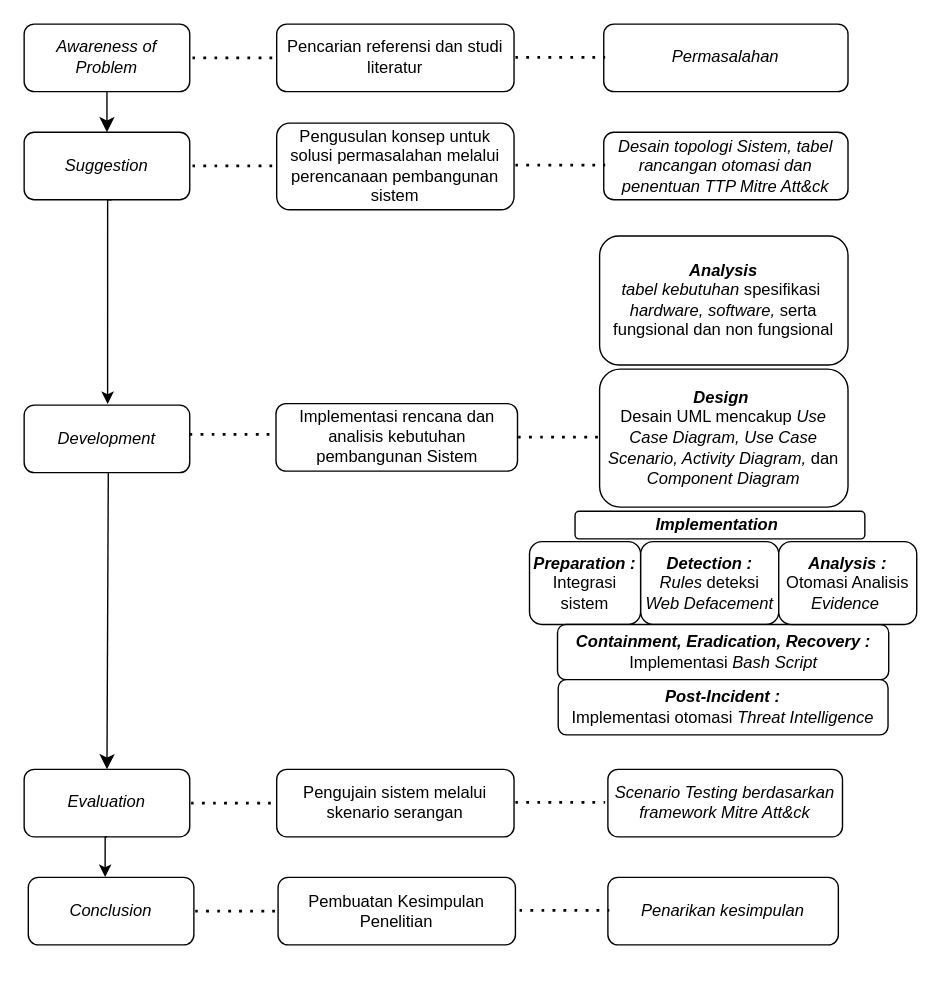
Earlier version of the draw.io diagram page "Halaman-2" (2 of 3) of Diagram Tanpa Judul.drawio (DzidanIsh/Tugas-Akhir). Source tidied: cells renumbered, new cells numbered last; positions are measured from the earlier drawing's top-left corner, leaving out a move shared by most shapes. Both pictures are drawn from the tidied source at 138%, with x=0, y=0 at pixel (23, 23).
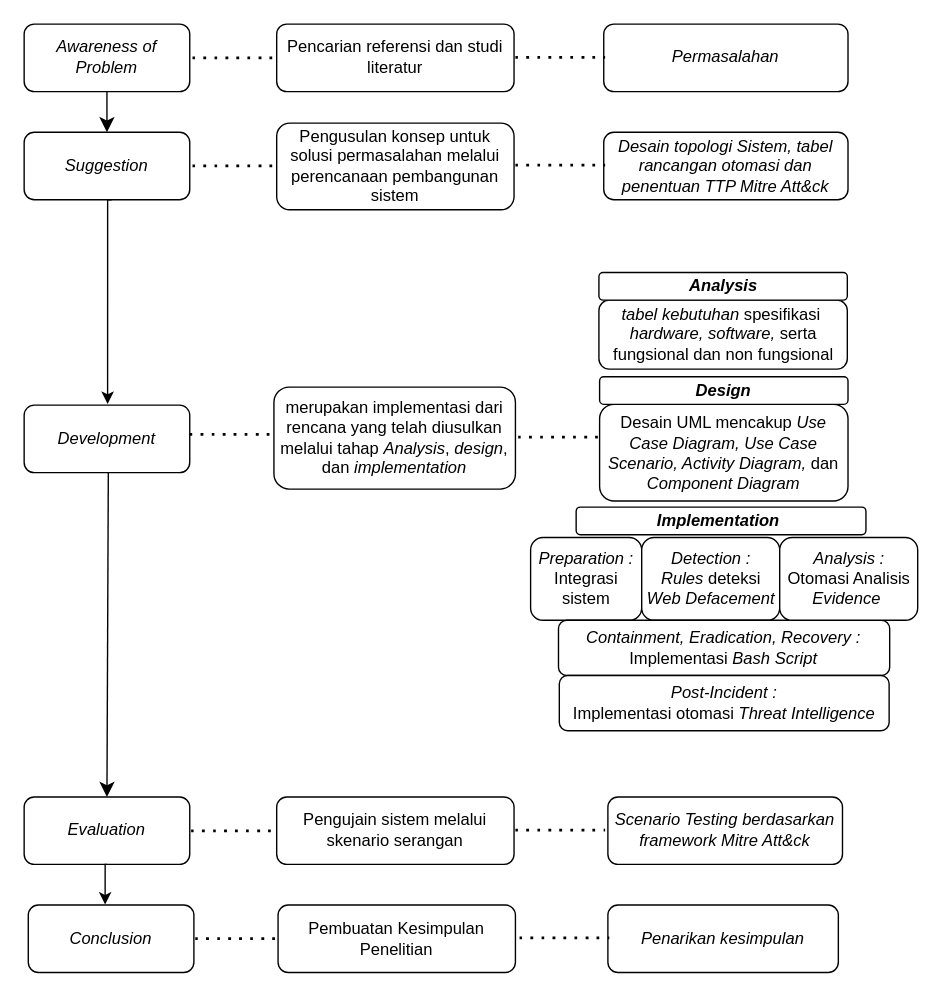
The same diagram, later.

Diff of the diagram source:
```diff
@@
     <mxCell id="8" value="&lt;i&gt;Evaluation&lt;/i&gt;" style="rounded=1;whiteSpace=wrap;html=1;" parent="1" vertex="1">
-      <mxGeometry y="540" width="120" height="48.9" as="geometry" />
+      <mxGeometry y="560" width="120" height="48.9" as="geometry" />
     </mxCell>
     <mxCell id="9" value="&lt;i&gt;Conclusion&lt;/i&gt;" style="rounded=1;whiteSpace=wrap;html=1;" parent="1" vertex="1">
-      <mxGeometry x="3" y="618.3" width="120" height="48.9" as="geometry" />
+      <mxGeometry x="3" y="638.3" width="120" height="48.9" as="geometry" />
     </mxCell>
@@
-    <mxCell id="15" value="Implementasi rencana dan analisis kebutuhan pembangunan Sistem" style="rounded=1;whiteSpace=wrap;html=1;" parent="1" vertex="1">
-      <mxGeometry x="182.5" y="275" width="175" height="48.9" as="geometry" />
+    <mxCell id="15" value="&lt;font face=&quot;Helvetica&quot; style=&quot;font-size: 12px;&quot;&gt;&lt;span style=&quot;line-height: 115%;&quot;&gt;merupakan implementasi dari rencana yang telah diusulkan melalui tahap&amp;nbsp;&lt;/span&gt;&lt;i style=&quot;&quot;&gt;&lt;span style=&quot;line-height: 115%;&quot;&gt;Analysis&lt;/span&gt;&lt;/i&gt;&lt;span style=&quot;line-height: 115%;&quot;&gt;, &lt;i style=&quot;&quot;&gt;design&lt;/i&gt;, dan &lt;i style=&quot;&quot;&gt;implementation&lt;/i&gt;&lt;/span&gt;&lt;/font&gt;" style="rounded=1;whiteSpace=wrap;html=1;" parent="1" vertex="1">
+      <mxGeometry x="181" y="263" width="175" height="73.9" as="geometry" />
     </mxCell>
     <mxCell id="16" style="endArrow=none;dashed=1;html=1;dashPattern=1 3;strokeWidth=2;rounded=1;fontSize=12;startSize=8;endSize=8;curved=1;entryX=0;entryY=0.5;entryDx=0;entryDy=0;" parent="1" edge="1">
       <mxGeometry relative="1" as="geometry">
-        <mxPoint x="121" y="564.5" as="sourcePoint" />
-        <mxPoint x="186" y="564.5" as="targetPoint" />
+        <mxPoint x="121" y="584.5" as="sourcePoint" />
+        <mxPoint x="186" y="584.5" as="targetPoint" />
       </mxGeometry>
     </mxCell>
     <mxCell id="17" value="Pengujain sistem melalui skenario serangan" style="rounded=1;whiteSpace=wrap;html=1;" parent="1" vertex="1">
-      <mxGeometry x="183" y="540" width="172" height="48.9" as="geometry" />
+      <mxGeometry x="183" y="560" width="172" height="48.9" as="geometry" />
     </mxCell>
     <mxCell id="18" style="endArrow=none;dashed=1;html=1;dashPattern=1 3;strokeWidth=2;rounded=1;fontSize=12;startSize=8;endSize=8;curved=1;entryX=0;entryY=0.5;entryDx=0;entryDy=0;" parent="1" edge="1">
       <mxGeometry relative="1" as="geometry">
-        <mxPoint x="124" y="642.7" as="sourcePoint" />
-        <mxPoint x="189" y="642.7" as="targetPoint" />
+        <mxPoint x="124" y="662.7" as="sourcePoint" />
+        <mxPoint x="189" y="662.7" as="targetPoint" />
       </mxGeometry>
     </mxCell>
     <mxCell id="19" value="Pembuatan Kesimpulan Penelitian" style="rounded=1;whiteSpace=wrap;html=1;" parent="1" vertex="1">
-      <mxGeometry x="184" y="618.3" width="172" height="48.9" as="geometry" />
+      <mxGeometry x="184" y="638.3" width="172" height="48.9" as="geometry" />
     </mxCell>
@@
-    <mxCell id="22" value="&lt;div&gt;&lt;i&gt;&lt;b&gt;Analysis&lt;/b&gt;&lt;/i&gt;&lt;/div&gt;&lt;div&gt;&lt;i style=&quot;background-color: transparent; color: light-dark(rgb(0, 0, 0), rgb(255, 255, 255));&quot;&gt;tabel kebutuhan &lt;/i&gt;&lt;span style=&quot;background-color: transparent; color: light-dark(rgb(0, 0, 0), rgb(255, 255, 255));&quot;&gt;spesifikasi&amp;nbsp;&lt;/span&gt;&lt;/div&gt;&lt;div&gt;&lt;font style=&quot;font-size: 12px;&quot;&gt;&lt;i style=&quot;background-color: transparent; color: light-dark(rgb(0, 0, 0), rgb(255, 255, 255));&quot;&gt;hardware,&lt;/i&gt;&lt;span style=&quot;background-color: transparent; color: light-dark(rgb(0, 0, 0), rgb(255, 255, 255));&quot;&gt;&amp;nbsp;&lt;/span&gt;&lt;i style=&quot;background-color: transparent; color: light-dark(rgb(0, 0, 0), rgb(255, 255, 255));&quot;&gt;software, &lt;/i&gt;&lt;span style=&quot;background-color: transparent; color: light-dark(rgb(0, 0, 0), rgb(255, 255, 255));&quot;&gt;serta&lt;/span&gt;&lt;i style=&quot;background-color: transparent; color: light-dark(rgb(0, 0, 0), rgb(255, 255, 255));&quot;&gt; &lt;/i&gt;&lt;span style=&quot;background-color: transparent; color: light-dark(rgb(0, 0, 0), rgb(255, 255, 255));&quot;&gt;fungsional dan non fungsional&lt;/span&gt;&lt;/font&gt;&lt;i style=&quot;background-color: transparent; color: light-dark(rgb(0, 0, 0), rgb(255, 255, 255));&quot;&gt;&lt;br&gt;&lt;/i&gt;&lt;/div&gt;" style="rounded=1;whiteSpace=wrap;html=1;" parent="1" vertex="1">
-      <mxGeometry x="417" y="153.5" width="180" height="93.5" as="geometry" />
+    <mxCell id="22" value="&lt;div&gt;&lt;i style=&quot;background-color: transparent; color: light-dark(rgb(0, 0, 0), rgb(255, 255, 255));&quot;&gt;tabel kebutuhan &lt;/i&gt;&lt;span style=&quot;background-color: transparent; color: light-dark(rgb(0, 0, 0), rgb(255, 255, 255));&quot;&gt;spesifikasi&amp;nbsp;&lt;/span&gt;&lt;/div&gt;&lt;div&gt;&lt;font style=&quot;font-size: 12px;&quot;&gt;&lt;i style=&quot;background-color: transparent; color: light-dark(rgb(0, 0, 0), rgb(255, 255, 255));&quot;&gt;hardware,&lt;/i&gt;&lt;span style=&quot;background-color: transparent; color: light-dark(rgb(0, 0, 0), rgb(255, 255, 255));&quot;&gt;&amp;nbsp;&lt;/span&gt;&lt;i style=&quot;background-color: transparent; color: light-dark(rgb(0, 0, 0), rgb(255, 255, 255));&quot;&gt;software, &lt;/i&gt;&lt;span style=&quot;background-color: transparent; color: light-dark(rgb(0, 0, 0), rgb(255, 255, 255));&quot;&gt;serta&lt;/span&gt;&lt;i style=&quot;background-color: transparent; color: light-dark(rgb(0, 0, 0), rgb(255, 255, 255));&quot;&gt; &lt;/i&gt;&lt;span style=&quot;background-color: transparent; color: light-dark(rgb(0, 0, 0), rgb(255, 255, 255));&quot;&gt;fungsional dan non fungsional&lt;/span&gt;&lt;/font&gt;&lt;i style=&quot;background-color: transparent; color: light-dark(rgb(0, 0, 0), rgb(255, 255, 255));&quot;&gt;&lt;br&gt;&lt;/i&gt;&lt;/div&gt;" style="rounded=1;whiteSpace=wrap;html=1;" parent="1" vertex="1">
+      <mxGeometry x="416.5" y="200" width="180" height="50" as="geometry" />
     </mxCell>
     <mxCell id="23" value="&lt;div&gt;&lt;i&gt;Scenario Testing berdasarkan framework Mitre Att&amp;amp;ck&lt;/i&gt;&lt;/div&gt;" style="rounded=1;whiteSpace=wrap;html=1;" parent="1" vertex="1">
-      <mxGeometry x="423" y="540" width="170" height="48.9" as="geometry" />
+      <mxGeometry x="423" y="560" width="170" height="48.9" as="geometry" />
     </mxCell>
     <mxCell id="24" value="&lt;i&gt;Penarikan kesimpulan&lt;/i&gt;" style="rounded=1;whiteSpace=wrap;html=1;" parent="1" vertex="1">
-      <mxGeometry x="423" y="618.3" width="167" height="48.9" as="geometry" />
+      <mxGeometry x="423" y="638.3" width="167" height="48.9" as="geometry" />
     </mxCell>
@@
     <mxCell id="28" style="endArrow=none;dashed=1;html=1;dashPattern=1 3;strokeWidth=2;rounded=1;fontSize=12;startSize=8;endSize=8;curved=1;entryX=0;entryY=0.5;entryDx=0;entryDy=0;" parent="1" edge="1">
       <mxGeometry relative="1" as="geometry">
-        <mxPoint x="356" y="564" as="sourcePoint" />
-        <mxPoint x="421" y="564" as="targetPoint" />
+        <mxPoint x="356" y="584" as="sourcePoint" />
+        <mxPoint x="421" y="584" as="targetPoint" />
       </mxGeometry>
     </mxCell>
     <mxCell id="29" style="endArrow=none;dashed=1;html=1;dashPattern=1 3;strokeWidth=2;rounded=1;fontSize=12;startSize=8;endSize=8;curved=1;entryX=0;entryY=0.5;entryDx=0;entryDy=0;" parent="1" edge="1">
       <mxGeometry relative="1" as="geometry">
-        <mxPoint x="359" y="642.2" as="sourcePoint" />
-        <mxPoint x="424" y="642.2" as="targetPoint" />
+        <mxPoint x="359" y="662.2" as="sourcePoint" />
+        <mxPoint x="424" y="662.2" as="targetPoint" />
       </mxGeometry>
     </mxCell>
+    <mxCell id="31" value="&lt;div&gt;&lt;font style=&quot;font-size: 12px;&quot;&gt;&lt;span style=&quot;line-height: 115%;&quot;&gt;Desain UML mencakup &lt;i style=&quot;&quot;&gt;Use Case Diagram, Use Case Scenario, Activity Diagram,&lt;/i&gt; dan &lt;i style=&quot;&quot;&gt;Component Diagram&lt;/i&gt;&lt;/span&gt;&lt;/font&gt;&lt;i style=&quot;background-color: transparent; color: light-dark(rgb(0, 0, 0), rgb(255, 255, 255));&quot;&gt;&lt;b&gt;&lt;br&gt;&lt;/b&gt;&lt;/i&gt;&lt;/div&gt;" style="rounded=1;whiteSpace=wrap;html=1;" parent="1" vertex="1">
+      <mxGeometry x="417" y="275.5" width="180" height="70" as="geometry" />
+    </mxCell>
+    <mxCell id="37" style="edgeStyle=orthogonalEdgeStyle;rounded=0;jettySize=auto;html=1;exitX=0.5;exitY=1;exitDx=0;exitDy=0;entryX=0.464;entryY=-0.007;entryDx=0;entryDy=0;entryPerimeter=0;" parent="1" edge="1" source="8" target="9">
+      <mxGeometry relative="1" as="geometry" />
+    </mxCell>
+    <mxCell id="38" style="group;" parent="1" vertex="1">
+      <mxGeometry x="367" y="350" width="280.5" height="162" as="geometry" />
+    </mxCell>
-    <mxCell id="30" value="&lt;div&gt;&lt;i style=&quot;background-color: transparent; color: light-dark(rgb(0, 0, 0), rgb(255, 255, 255));&quot;&gt;&lt;b&gt;Implementation&amp;nbsp;&lt;/b&gt;&lt;/i&gt;&lt;/div&gt;" style="rounded=1;whiteSpace=wrap;html=1;" parent="1" vertex="1">
-      <mxGeometry x="399.2" y="353" width="210" height="20" as="geometry" />
+    <mxCell id="30" value="&lt;div&gt;&lt;i style=&quot;background-color: transparent; color: light-dark(rgb(0, 0, 0), rgb(255, 255, 255));&quot;&gt;&lt;b&gt;Implementation&amp;nbsp;&lt;/b&gt;&lt;/i&gt;&lt;/div&gt;" style="rounded=1;whiteSpace=wrap;html=1;" parent="38" vertex="1">
+      <mxGeometry x="33" width="210" height="20" as="geometry" />
     </mxCell>
-    <mxCell id="31" value="&lt;font style=&quot;font-size: 12px;&quot;&gt;&lt;i style=&quot;background-color: transparent; color: light-dark(rgb(0, 0, 0), rgb(255, 255, 255));&quot;&gt;&lt;b&gt;Design&amp;nbsp;&lt;/b&gt;&lt;/i&gt;&lt;/font&gt;&lt;div&gt;&lt;font style=&quot;font-size: 12px;&quot;&gt;&lt;span style=&quot;line-height: 115%;&quot;&gt;Desain UML mencakup &lt;i style=&quot;&quot;&gt;Use Case Diagram, Use Case Scenario, Activity Diagram,&lt;/i&gt; dan &lt;i style=&quot;&quot;&gt;Component Diagram&lt;/i&gt;&lt;/span&gt;&lt;/font&gt;&lt;i style=&quot;background-color: transparent; color: light-dark(rgb(0, 0, 0), rgb(255, 255, 255));&quot;&gt;&lt;b&gt;&lt;br&gt;&lt;/b&gt;&lt;/i&gt;&lt;/div&gt;" style="rounded=1;whiteSpace=wrap;html=1;" parent="1" vertex="1">
-      <mxGeometry x="417" y="250" width="180" height="100" as="geometry" />
-    </mxCell>
-    <mxCell id="32" value="&lt;div&gt;&lt;i style=&quot;background-color: transparent; color: light-dark(rgb(0, 0, 0), rgb(255, 255, 255));&quot;&gt;&lt;b&gt;Preparation :&lt;/b&gt;&lt;/i&gt;&lt;/div&gt;&lt;div&gt;&lt;span style=&quot;background-color: transparent;&quot;&gt;Integrasi sistem&lt;/span&gt;&lt;/div&gt;" style="rounded=1;whiteSpace=wrap;html=1;" parent="1" vertex="1">
-      <mxGeometry x="366.2" y="375" width="80.5" height="60" as="geometry" />
+    <mxCell id="32" value="&lt;div&gt;&lt;i style=&quot;background-color: transparent; color: light-dark(rgb(0, 0, 0), rgb(255, 255, 255));&quot;&gt;Preparation :&lt;/i&gt;&lt;/div&gt;&lt;div&gt;&lt;span style=&quot;background-color: transparent;&quot;&gt;Integrasi sistem&lt;/span&gt;&lt;/div&gt;" style="rounded=1;whiteSpace=wrap;html=1;" parent="38" vertex="1">
+      <mxGeometry y="22" width="80.5" height="60" as="geometry" />
     </mxCell>
-    <mxCell id="33" value="&lt;div&gt;&lt;b&gt;&lt;span style=&quot;background-color: transparent;&quot;&gt;&lt;i&gt;Detection&amp;nbsp;&lt;/i&gt;&lt;/span&gt;&lt;i style=&quot;background-color: transparent; color: light-dark(rgb(0, 0, 0), rgb(255, 255, 255));&quot;&gt;:&lt;/i&gt;&lt;/b&gt;&lt;/div&gt;&lt;div&gt;&lt;i&gt;Rules &lt;/i&gt;deteksi &lt;i&gt;Web Defacement&lt;/i&gt;&lt;/div&gt;" style="rounded=1;whiteSpace=wrap;html=1;" parent="1" vertex="1">
-      <mxGeometry x="446.8" y="375" width="100" height="60" as="geometry" />
+    <mxCell id="33" value="&lt;div&gt;&lt;span style=&quot;background-color: transparent;&quot;&gt;&lt;i style=&quot;&quot;&gt;Detection&amp;nbsp;&lt;/i&gt;&lt;/span&gt;&lt;i style=&quot;background-color: transparent; color: light-dark(rgb(0, 0, 0), rgb(255, 255, 255));&quot;&gt;:&lt;/i&gt;&lt;/div&gt;&lt;div&gt;&lt;i&gt;Rules &lt;/i&gt;deteksi &lt;i&gt;Web Defacement&lt;/i&gt;&lt;/div&gt;" style="rounded=1;whiteSpace=wrap;html=1;" parent="38" vertex="1">
+      <mxGeometry x="80.5" y="22" width="100" height="60" as="geometry" />
     </mxCell>
-    <mxCell id="34" value="&lt;div&gt;&lt;b&gt;&lt;span style=&quot;background-color: transparent;&quot;&gt;&lt;i&gt;Containment, Eradication, Recovery&lt;/i&gt;&lt;/span&gt;&lt;span style=&quot;background-color: transparent;&quot;&gt;&lt;i&gt;&amp;nbsp;&lt;/i&gt;&lt;/span&gt;&lt;i style=&quot;background-color: transparent; color: light-dark(rgb(0, 0, 0), rgb(255, 255, 255));&quot;&gt;:&lt;/i&gt;&lt;/b&gt;&lt;/div&gt;&lt;div&gt;Implementasi &lt;i&gt;Bash Script&lt;/i&gt;&lt;/div&gt;" style="rounded=1;whiteSpace=wrap;html=1;" parent="1" vertex="1">
-      <mxGeometry x="386.5" y="435" width="240" height="40" as="geometry" />
+    <mxCell id="34" value="&lt;div&gt;&lt;span style=&quot;background-color: transparent;&quot;&gt;&lt;i style=&quot;&quot;&gt;Containment, Eradication, Recovery&lt;/i&gt;&lt;/span&gt;&lt;span style=&quot;background-color: transparent;&quot;&gt;&lt;i&gt;&amp;nbsp;&lt;/i&gt;&lt;/span&gt;&lt;i style=&quot;background-color: transparent; color: light-dark(rgb(0, 0, 0), rgb(255, 255, 255));&quot;&gt;:&lt;/i&gt;&lt;/div&gt;&lt;div&gt;Implementasi &lt;i&gt;Bash Script&lt;/i&gt;&lt;/div&gt;" style="rounded=1;whiteSpace=wrap;html=1;" parent="38" vertex="1">
+      <mxGeometry x="20.2" y="82" width="240" height="40" as="geometry" />
     </mxCell>
-    <mxCell id="35" value="&lt;div&gt;&lt;b&gt;&lt;span style=&quot;background-color: transparent;&quot;&gt;&lt;i&gt;Post-Incident&lt;/i&gt;&lt;/span&gt;&lt;span style=&quot;background-color: transparent;&quot;&gt;&lt;i&gt;&amp;nbsp;&lt;/i&gt;&lt;/span&gt;&lt;i style=&quot;background-color: transparent; color: light-dark(rgb(0, 0, 0), rgb(255, 255, 255));&quot;&gt;:&lt;/i&gt;&lt;/b&gt;&lt;/div&gt;&lt;div&gt;Implementasi otomasi &lt;i&gt;Threat Intelligence&lt;/i&gt;&lt;/div&gt;" style="rounded=1;whiteSpace=wrap;html=1;" parent="1" vertex="1">
-      <mxGeometry x="387" y="475" width="239" height="40" as="geometry" />
+    <mxCell id="35" value="&lt;div&gt;&lt;span style=&quot;background-color: transparent;&quot;&gt;&lt;i style=&quot;&quot;&gt;Post-Incident&lt;/i&gt;&lt;/span&gt;&lt;span style=&quot;background-color: transparent;&quot;&gt;&lt;i&gt;&amp;nbsp;&lt;/i&gt;&lt;/span&gt;&lt;i style=&quot;background-color: transparent; color: light-dark(rgb(0, 0, 0), rgb(255, 255, 255));&quot;&gt;:&lt;/i&gt;&lt;/div&gt;&lt;div&gt;Implementasi otomasi &lt;i&gt;Threat Intelligence&lt;/i&gt;&lt;/div&gt;" style="rounded=1;whiteSpace=wrap;html=1;" parent="38" vertex="1">
+      <mxGeometry x="20.8" y="122" width="239" height="40" as="geometry" />
     </mxCell>
-    <mxCell id="36" value="&lt;div&gt;&lt;b&gt;&lt;span style=&quot;background-color: transparent;&quot;&gt;&lt;i&gt;Analysis&amp;nbsp;&lt;/i&gt;&lt;/span&gt;&lt;i style=&quot;background-color: transparent; color: light-dark(rgb(0, 0, 0), rgb(255, 255, 255));&quot;&gt;:&lt;/i&gt;&lt;/b&gt;&lt;/div&gt;&lt;div&gt;Otomasi Analisis &lt;i&gt;Evidence&amp;nbsp;&lt;/i&gt;&lt;/div&gt;" style="rounded=1;whiteSpace=wrap;html=1;" parent="1" vertex="1">
-      <mxGeometry x="546.8" y="375" width="100" height="60" as="geometry" />
+    <mxCell id="36" value="&lt;div&gt;&lt;span style=&quot;background-color: transparent;&quot;&gt;&lt;i style=&quot;&quot;&gt;Analysis&amp;nbsp;&lt;/i&gt;&lt;/span&gt;&lt;i style=&quot;background-color: transparent; color: light-dark(rgb(0, 0, 0), rgb(255, 255, 255));&quot;&gt;:&lt;/i&gt;&lt;/div&gt;&lt;div&gt;Otomasi Analisis &lt;i&gt;Evidence&amp;nbsp;&lt;/i&gt;&lt;/div&gt;" style="rounded=1;whiteSpace=wrap;html=1;" parent="38" vertex="1">
+      <mxGeometry x="180.5" y="22" width="100" height="60" as="geometry" />
     </mxCell>
-    <mxCell id="37" style="edgeStyle=orthogonalEdgeStyle;rounded=0;jettySize=auto;html=1;exitX=0.5;exitY=1;exitDx=0;exitDy=0;entryX=0.464;entryY=-0.007;entryDx=0;entryDy=0;entryPerimeter=0;" parent="1" edge="1" source="8" target="9">
-      <mxGeometry relative="1" as="geometry" />
-    </mxCell>
+    <mxCell id="39" style="edgeStyle=orthogonalEdgeStyle;rounded=0;orthogonalLoop=1;jettySize=auto;html=1;exitX=0.5;exitY=1;exitDx=0;exitDy=0;" parent="38" edge="1" source="33" target="33">
+      <mxGeometry relative="1" as="geometry" />
+    </mxCell>
+    <mxCell id="40" value="&lt;div&gt;&lt;i style=&quot;background-color: transparent; color: light-dark(rgb(0, 0, 0), rgb(255, 255, 255));&quot;&gt;&lt;b&gt;Design&lt;/b&gt;&lt;/i&gt;&lt;/div&gt;" style="rounded=1;whiteSpace=wrap;html=1;" parent="1" vertex="1">
+      <mxGeometry x="417" y="255.5" width="180" height="20" as="geometry" />
+    </mxCell>
+    <mxCell id="41" value="&lt;div&gt;&lt;span style=&quot;background-color: transparent; color: light-dark(rgb(0, 0, 0), rgb(255, 255, 255));&quot;&gt;&lt;b style=&quot;&quot;&gt;&lt;i&gt;Analysis&lt;/i&gt;&lt;/b&gt;&lt;/span&gt;&lt;/div&gt;" style="rounded=1;whiteSpace=wrap;html=1;" parent="1" vertex="1">
+      <mxGeometry x="416.5" y="180" width="180" height="20" as="geometry" />
+    </mxCell>
```
